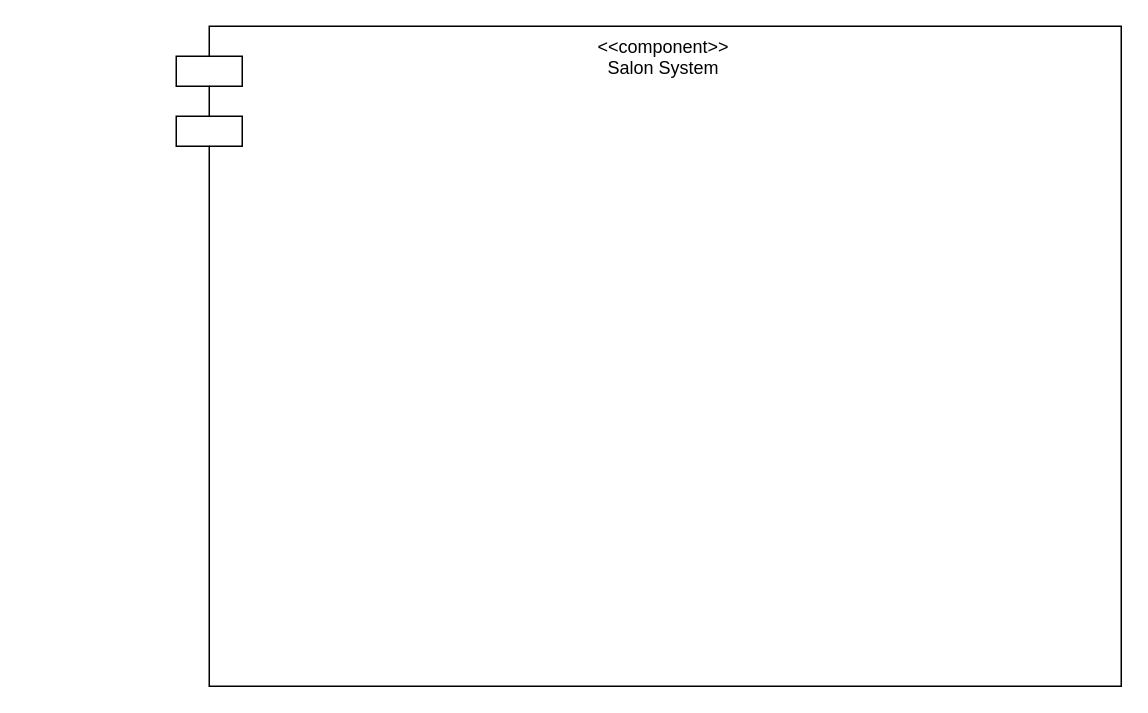
Before: Диаграмма компонентов.drawio in Artvell3000/umlLab2, a draw.io diagram. Source tidied: cells renumbered, new cells numbered last; positions are measured from the earlier drawing's top-left corner, leaving out a move shared by most shapes. Both pictures are drawn from the tidied source at 150%, with x=0, y=0 at pixel (176, 26).
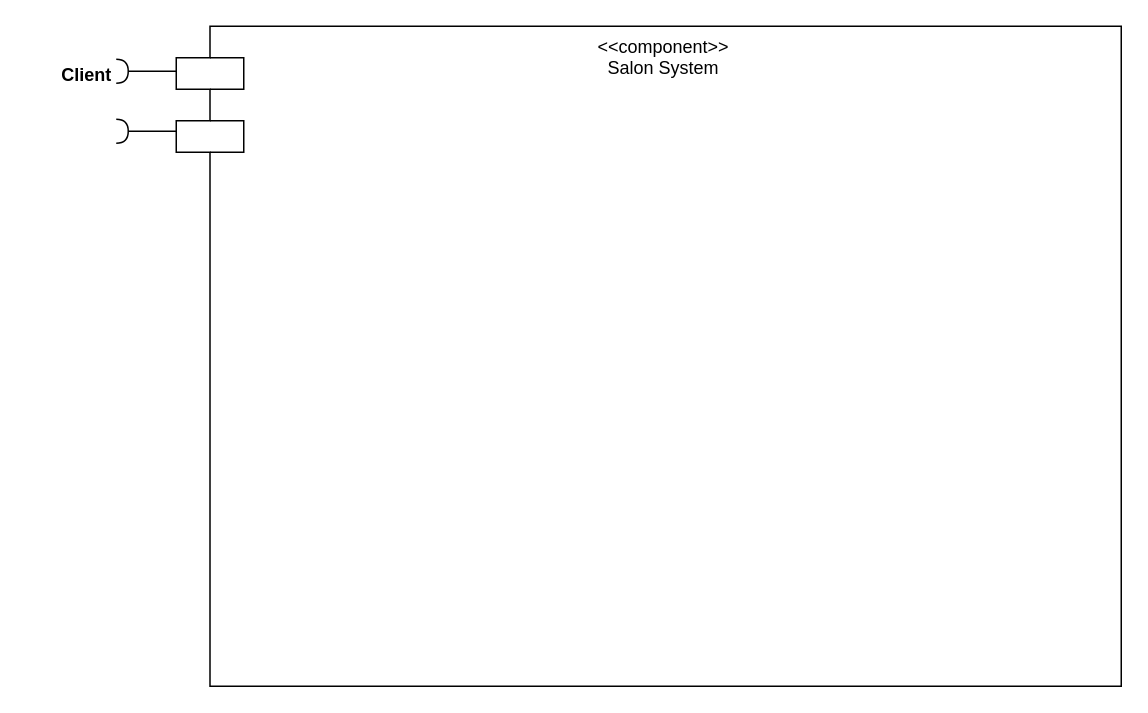
The same page after the edit.

The edit, as a diff of the source:
```diff
@@
 <mxGraphModel>
   <root>
     <mxCell id="0" />
     <mxCell id="1" parent="0" />
-    <mxCell id="2" value="&amp;lt;&amp;lt;component&amp;gt;&amp;gt;&lt;br&gt;Salon System" style="shape=module;align=left;spacingLeft=20;align=center;verticalAlign=top;whiteSpace=wrap;html=1;jettyWidth=44;jettyHeight=20;" parent="1" vertex="1">
+    <mxCell id="2" value="&amp;lt;&amp;lt;component&amp;gt;&amp;gt;&lt;br&gt;Salon System" style="shape=module;align=left;spacingLeft=20;align=center;verticalAlign=top;whiteSpace=wrap;html=1;jettyWidth=45;jettyHeight=21;" parent="1" vertex="1">
       <mxGeometry width="630" height="440" as="geometry" />
     </mxCell>
+    <mxCell id="3" style="rounded=0;jettySize=auto;html=1;endArrow=halfCircle;endFill=0;endSize=6;strokeWidth=1;sketch=0;fontSize=12;curved=1;exitX=0;exitY=0;exitDx=0;exitDy=30;exitPerimeter=0;" parent="1" edge="1" source="2">
+      <mxGeometry relative="1" as="geometry">
+        <mxPoint x="-40" y="30" as="targetPoint" />
+      </mxGeometry>
+    </mxCell>
+    <mxCell id="4" style="ellipse;whiteSpace=wrap;html=1;align=center;fillColor=none;strokeColor=none;perimeter=centerPerimeter;" parent="1" vertex="1">
+      <mxGeometry x="260" y="180" width="10" height="10" as="geometry" />
+    </mxCell>
+    <mxCell id="5" style="rounded=0;orthogonalLoop=1;jettySize=auto;html=1;endArrow=halfCircle;endFill=0;endSize=6;strokeWidth=1;sketch=0;fontSize=12;curved=1;exitX=0;exitY=0;exitDx=0;exitDy=30;exitPerimeter=0;" parent="1" edge="1">
+      <mxGeometry relative="1" as="geometry">
+        <mxPoint y="70" as="sourcePoint" />
+        <mxPoint x="-40" y="70" as="targetPoint" />
+      </mxGeometry>
+    </mxCell>
+    <mxCell id="6" value="Client" style="text;align=center;fontStyle=1;verticalAlign=middle;spacingLeft=3;spacingRight=3;strokeColor=none;html=1;" parent="1" vertex="1">
+      <mxGeometry x="-100" y="20" width="80" height="26" as="geometry" />
+    </mxCell>
   </root>
 </mxGraphModel>
```
